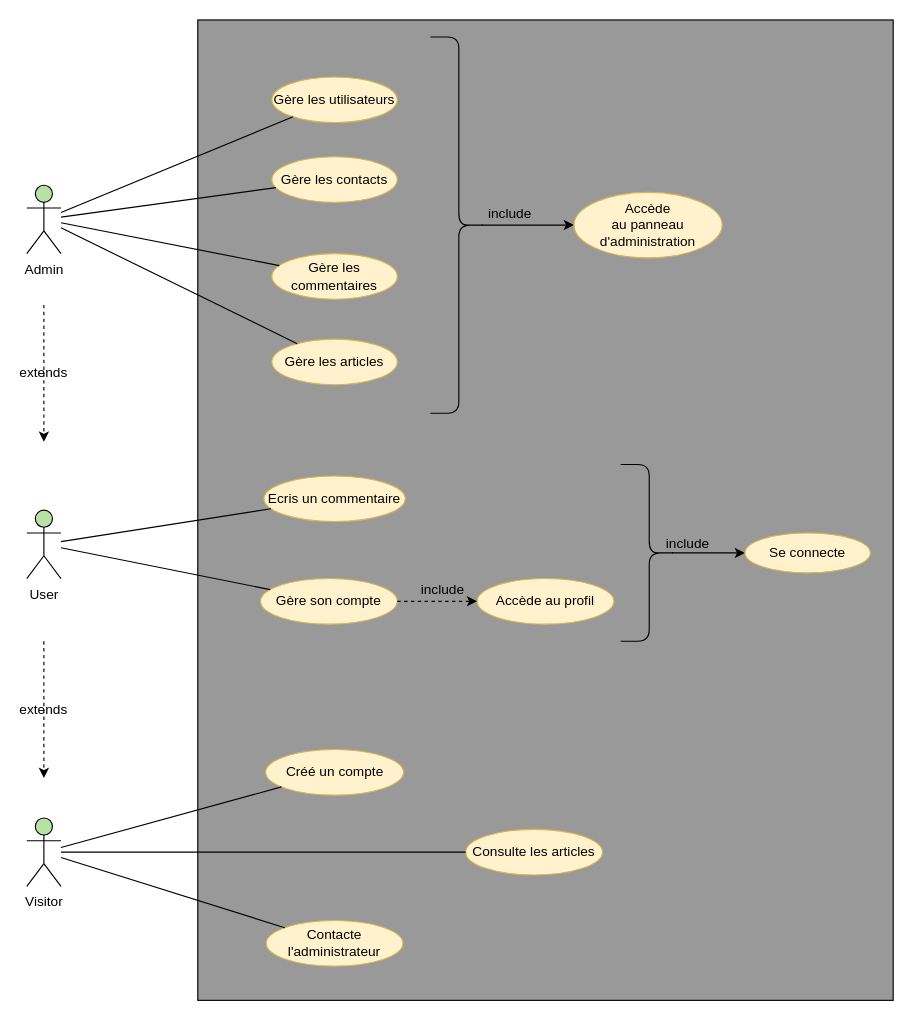
JgPhil/Blog keeps this draw.io diagram as Cadrage/use_case/global_use_case.drawio. Above is the earlier version. Source tidied: cells renumbered, new cells numbered last; positions are measured from the earlier drawing's top-left corner, leaving out a move shared by most shapes. Both pictures are drawn from the tidied source at 114%, with x=0, y=0 at pixel (21, 19).
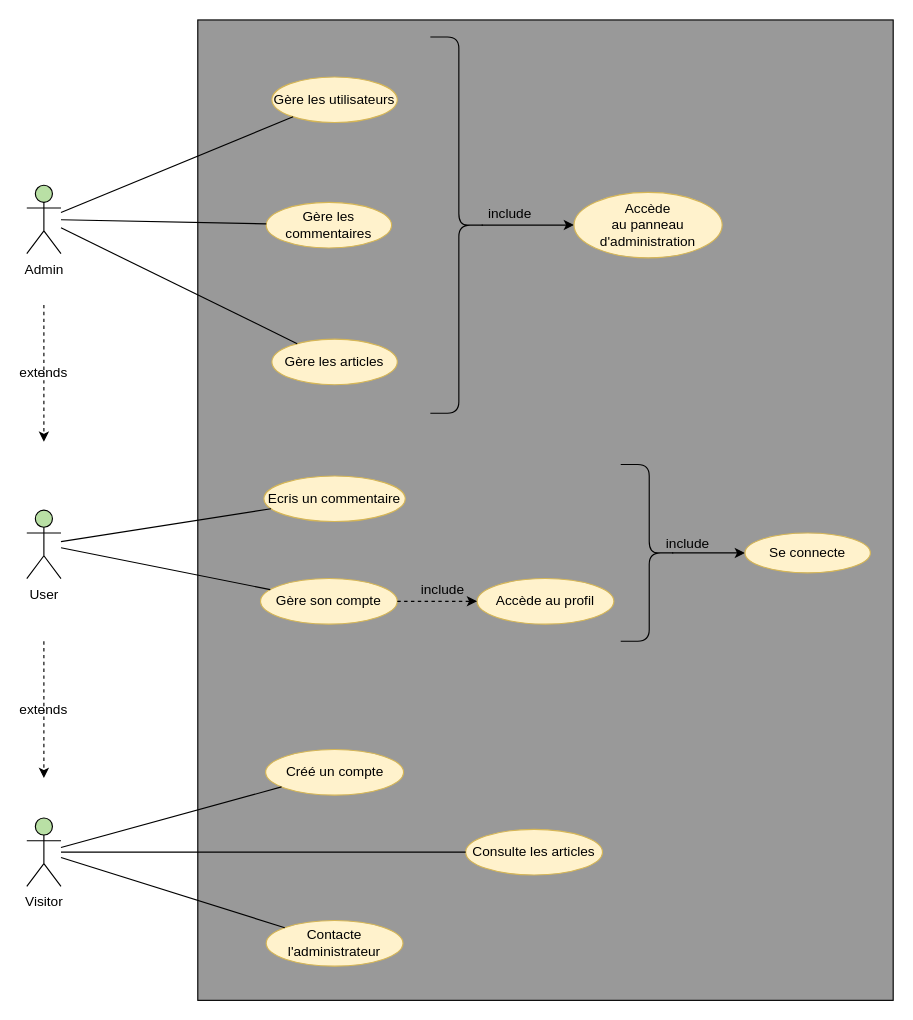
After the change.

The change refers to these unchanged cells:
```xml
<mxCell id="5" value="Admin" style="shape=umlActor;verticalLabelPosition=bottom;labelBackgroundColor=#ffffff;verticalAlign=top;html=1;outlineConnect=0;fillColor=#B9E0A5;" parent="1" vertex="1">
  <mxGeometry x="5" y="145" width="30" height="60" as="geometry" />
</mxCell>
```

Diff of the diagram source:
```diff
@@
     <mxCell id="18" value="Gère les commentaires" style="ellipse;whiteSpace=wrap;html=1;fillColor=#fff2cc;strokeColor=#d6b656;" parent="1" vertex="1">
-      <mxGeometry x="220" y="205" width="110" height="40" as="geometry" />
+      <mxGeometry x="215" y="160" width="110" height="40" as="geometry" />
     </mxCell>
@@
-    <mxCell id="22" value="Gère les contacts" style="ellipse;whiteSpace=wrap;html=1;fillColor=#fff2cc;strokeColor=#d6b656;" parent="1" vertex="1">
-      <mxGeometry x="220" y="120" width="110" height="40" as="geometry" />
-    </mxCell>
-    <mxCell id="23" style="endArrow=none;html=1;" parent="1" edge="1" source="5" target="22">
-      <mxGeometry relative="1" as="geometry" />
-    </mxCell>
```
